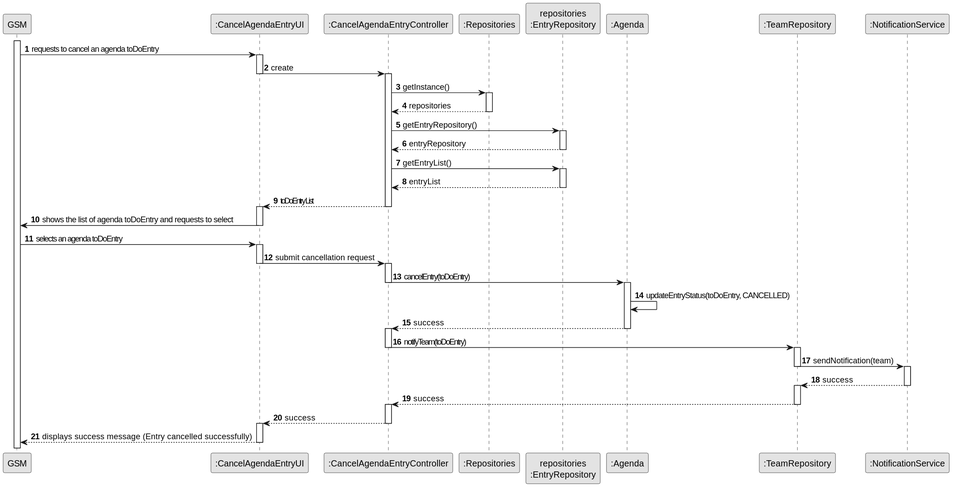
ricardomm7/leaflink keeps this PlantUML diagram as docs/sprintC/us025/03.design/svg/us025-sequence-diagram-full.svg. Above is the earlier version.
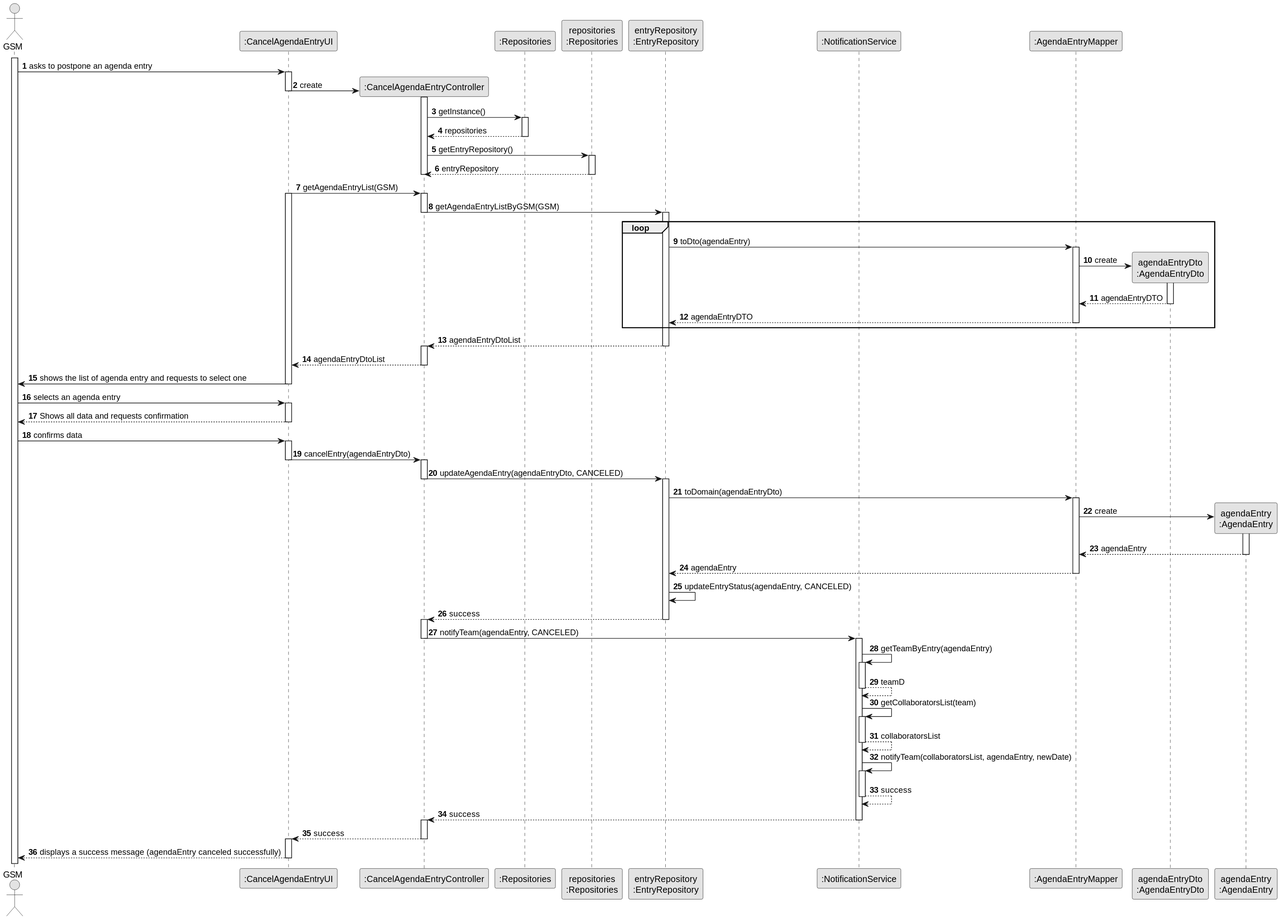
After the commit.

What changed in the source:
```diff
@@ -3,88 +3,147 @@
 skinparam packageStyle rectangle
 skinparam shadowing false
 
-
 autonumber
 
-participant "GSM" as GSM
+actor "GSM" as GSM
 participant ":CancelAgendaEntryUI" as UI
 participant ":CancelAgendaEntryController" as CTRL
 participant ":Repositories" as RepositorySingleton
-participant "repositories\n:EntryRepository" as EntryRepo
-participant ":Agenda" as Agenda
-participant ":TeamRepository" as TeamRepo
+participant "repositories\n:Repositories" as PLAT
+participant "entryRepository\n:EntryRepository" as EntryRepo
 participant ":NotificationService" as NotificationService
+participant ":AgendaEntryMapper" as AgendaEntryMapper
+participant "agendaEntryDto\n:AgendaEntryDto" as AgendaEntryDto
+participant "agendaEntry\n:AgendaEntry" as AgendaEntry
+
+
 
 activate GSM
-    GSM -> UI : requests to cancel an agenda entry
+
+    GSM -> UI : asks to postpone an agenda entry
     activate UI
 
-       UI -> CTRL : create
-       deactivate UI
-       activate CTRL
+        UI -> CTRL **: create
+        deactivate UI
+        activate CTRL
 
-           CTRL -> RepositorySingleton : getInstance()
-           activate RepositorySingleton
+            CTRL -> RepositorySingleton : getInstance()
+            activate RepositorySingleton
 
-               RepositorySingleton --> CTRL : repositories
-           deactivate RepositorySingleton
+                RepositorySingleton --> CTRL : repositories
+            deactivate RepositorySingleton
 
-           CTRL -> EntryRepo : getEntryRepository()
-           activate EntryRepo
+            CTRL -> PLAT : getEntryRepository()
+            activate PLAT
 
-               EntryRepo --> CTRL : entryRepository
-           deactivate EntryRepo
+                PLAT --> CTRL : entryRepository
+            deactivate PLAT
 
-           CTRL -> EntryRepo :getEntryList()
-           activate EntryRepo
+             deactivate CTRL
 
-           EntryRepo --> CTRL : entryList
-           deactivate EntryRepo
+        deactivate UI
 
-           CTRL --> UI : entry List
-       deactivate CTRL
-       activate UI
+        UI -> CTRL: getAgendaEntryList(GSM)
+        activate UI
+        activate CTRL
 
-        UI -> GSM : shows the list of agenda entry and requests to select
+            CTRL -> EntryRepo: getAgendaEntryListByGSM(GSM)
+            deactivate CTRL
+            activate EntryRepo
+
+            loop
+
+            EntryRepo -> AgendaEntryMapper : toDto(agendaEntry)
+            activate AgendaEntryMapper
+
+                AgendaEntryMapper -> AgendaEntryDto** : create
+                activate AgendaEntryDto
+
+                AgendaEntryDto --> AgendaEntryMapper : agendaEntryDTO
+                deactivate AgendaEntryDto
+
+            AgendaEntryMapper --> EntryRepo : agendaEntryDTO
+            deactivate AgendaEntryMapper
+            end
+
+            EntryRepo --> CTRL : agendaEntryDtoList
+            deactivate EntryRepo
+            activate CTRL
+
+            CTRL --> UI : agendaEntryDtoList
+        deactivate CTRL
+
+        UI -> GSM : shows the list of agenda entry and requests to select one
     deactivate UI
 
     GSM -> UI : selects an agenda entry
     activate UI
 
-        UI -> CTRL : submit cancellation request
+    UI --> GSM : Shows all data and requests confirmation
+    deactivate UI
+
+    GSM -> UI: confirms data
+    activate UI
+
+        UI -> CTRL : cancelEntry(agendaEntryDto)
         deactivate UI
         activate CTRL
 
-            CTRL -> Agenda : cancelEntry(entry)
+
+            CTRL -> EntryRepo : updateAgendaEntry(agendaEntryDto, CANCELED)
             deactivate CTRL
-            activate Agenda
+            activate EntryRepo
 
-                Agenda -> Agenda : updateEntryStatus(entry, CANCELLED)
+            EntryRepo -> AgendaEntryMapper : toDomain(agendaEntryDto)
+            activate AgendaEntryMapper
 
-                Agenda --> CTRL : success
-            deactivate Agenda
+
+                AgendaEntryMapper -> AgendaEntry** : create
+                activate AgendaEntry
+
+                AgendaEntry --> AgendaEntryMapper : agendaEntry
+                deactivate AgendaEntry
+
+
+            AgendaEntryMapper --> EntryRepo : agendaEntry
+            deactivate AgendaEntryMapper
+
+                EntryRepo -> EntryRepo : updateEntryStatus(agendaEntry, CANCELED)
+
+            EntryRepo --> CTRL : success
+            deactivate EntryRepo
             activate CTRL
 
-            CTRL -> TeamRepo : notifyTeam(entry)
+            CTRL -> NotificationService : notifyTeam(agendaEntry, CANCELED)
             deactivate CTRL
-            activate TeamRepo
+            activate NotificationService
 
-                TeamRepo -> NotificationService : sendNotification(team)
-                deactivate TeamRepo
+                NotificationService -> NotificationService : getTeamByEntry(agendaEntry)
                 activate NotificationService
 
-                    NotificationService --> TeamRepo : success
+                NotificationService --> NotificationService : teamD
                 deactivate NotificationService
-                activate TeamRepo
 
-            TeamRepo --> CTRL : success
-            deactivate TeamRepo
-            activate CTRL
+                NotificationService -> NotificationService : getCollaboratorsList(team)
+                activate NotificationService
 
-            CTRL --> UI : success
-        deactivate CTRL
-        activate UI
+                NotificationService --> NotificationService : collaboratorsList
+                deactivate NotificationService
 
-        UI --> GSM : displays success message (Entry cancelled successfully)
-    deactivate UI
+                NotificationService -> NotificationService : notifyTeam(collaboratorsList, agendaEntry, newDate)
+                activate NotificationService
+
+                NotificationService --> NotificationService : success
+                deactivate NotificationService
+
+                NotificationService --> CTRL : success
+                deactivate NotificationService
+        activate CTRL
+
+        CTRL --> UI : success
+    deactivate CTRL
+    activate UI
+
+    UI --> GSM : displays a success message (agendaEntry canceled successfully)
+deactivate UI
 @enduml
```
